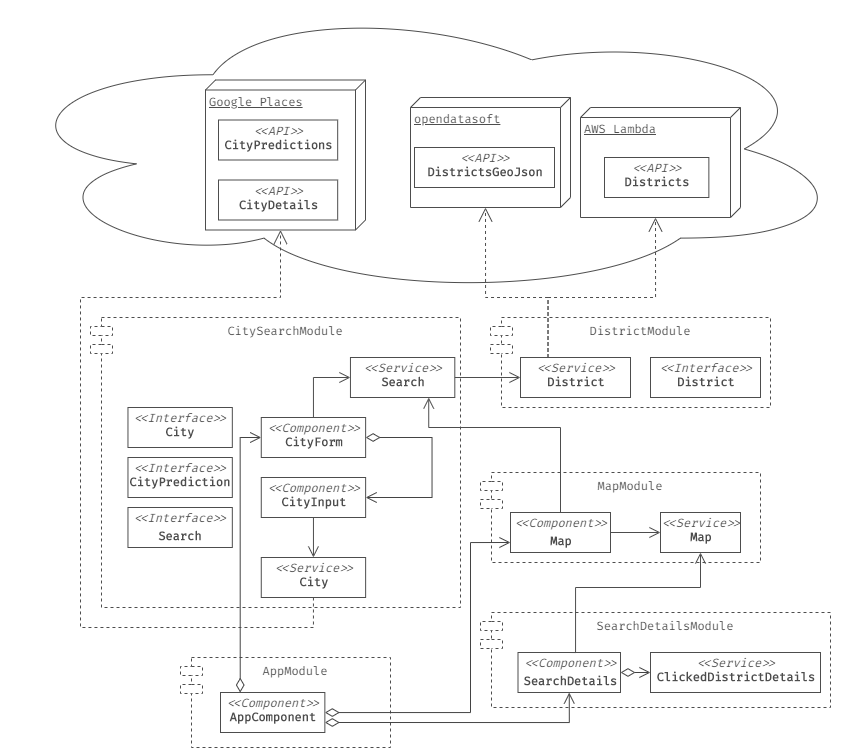
The draw.io diagram docs/view-1.png in Kexplx/crimeview, before a commit. Source tidied: cells renumbered, new cells last; positions are measured from the earlier drawing's top-left corner, leaving out a move shared by most shapes.
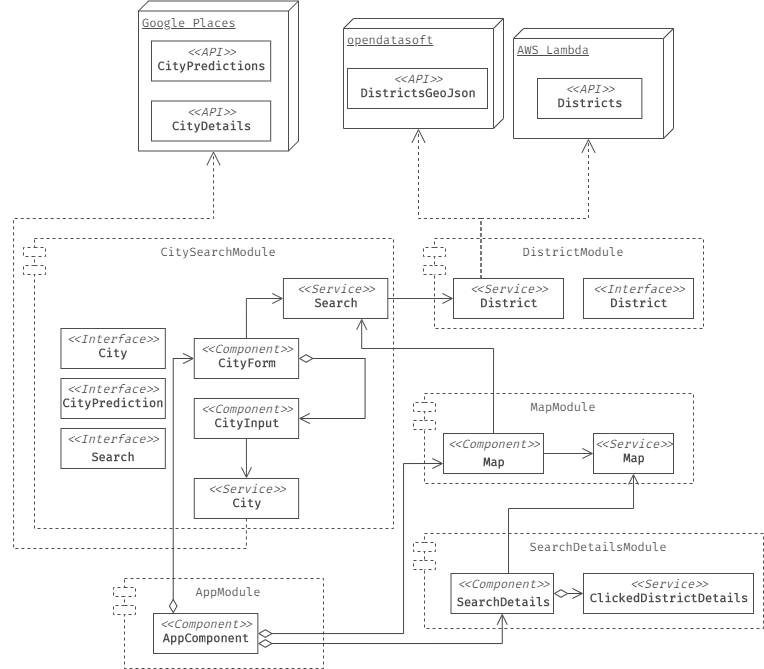
The same file after the commit.

Change to the diagram source:
```diff
@@ -2,9 +2,6 @@
   <root>
     <mxCell id="0" />
     <mxCell id="1" parent="0" />
-    <mxCell id="2" style="ellipse;shape=cloud;whiteSpace=wrap;html=1;strokeColor=#4D4D4D;fontFamily=Fira Code;fontColor=#4D4D4D;" parent="1" vertex="1">
-      <mxGeometry width="850" height="297" as="geometry" />
-    </mxCell>
     <mxCell id="3" value="AppModule" style="shape=module;align=left;spacingLeft=20;align=center;verticalAlign=top;strokeColor=#4D4D4D;fontFamily=Fira Code;fontColor=#4D4D4D;jettyWidth=22;jettyHeight=9;dashed=1;" parent="1" vertex="1">
       <mxGeometry x="180" y="657" width="210" height="90" as="geometry" />
     </mxCell>
```
